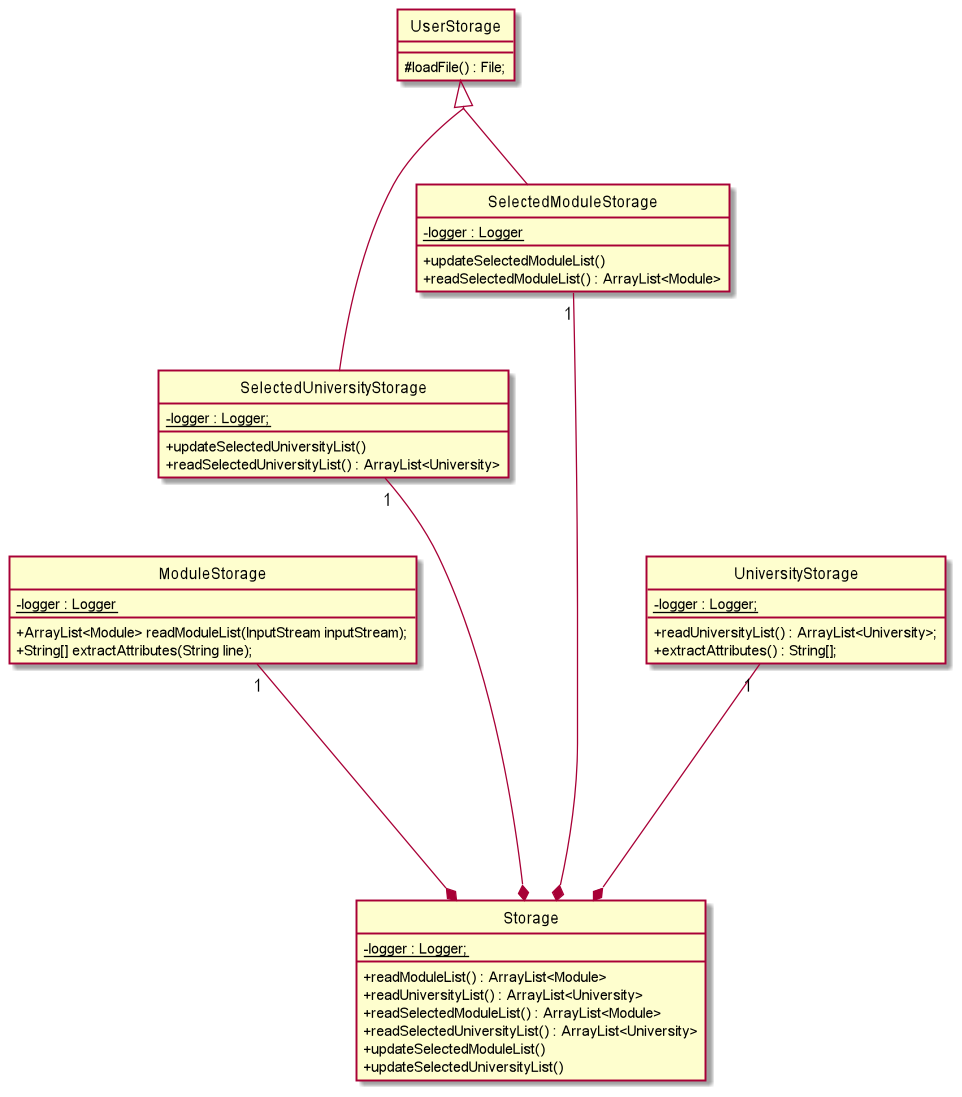
nus-cs2113-AY2122S1/tp keeps this PlantUML diagram as docs/images/storage.png. Above is the earlier version. Source of this version:
```plantuml
@startuml
hide circle
skinparam classAttributeIconSize 0
skinparam groupInheritance 2
skinparam groupComposition 3
ModuleStorage "1" ----* Storage
    ModuleStorage : - {static} logger : Logger

    ModuleStorage : + ArrayList<Module> readModuleList(InputStream inputStream);
    ModuleStorage : + String[] extractAttributes(String line);

UserStorage <|-- SelectedUniversityStorage
SelectedUniversityStorage "1" ----* Storage
    SelectedUniversityStorage : - {static} logger : Logger;
    SelectedUniversityStorage : + updateSelectedUniversityList()
    SelectedUniversityStorage : + readSelectedUniversityList() : ArrayList<University>

UserStorage <|-- SelectedModuleStorage
SelectedModuleStorage "1" ------* Storage
    SelectedModuleStorage : - {static} logger : Logger
    SelectedModuleStorage : + updateSelectedModuleList()
    SelectedModuleStorage : + readSelectedModuleList() : ArrayList<Module>

UniversityStorage "1" ----* Storage
    UniversityStorage : - {static} logger : Logger;
    UniversityStorage : + readUniversityList() : ArrayList<University>;
    UniversityStorage : + extractAttributes() : String[];

class UserStorage {
    # loadFile() : File;
}
class Storage {
    - {static} logger : Logger;

    + readModuleList() : ArrayList<Module>
    + readUniversityList() : ArrayList<University>
    + readSelectedModuleList() : ArrayList<Module>
    + readSelectedUniversityList() : ArrayList<University>
    + updateSelectedModuleList()
    + updateSelectedUniversityList()
}
@enduml
```
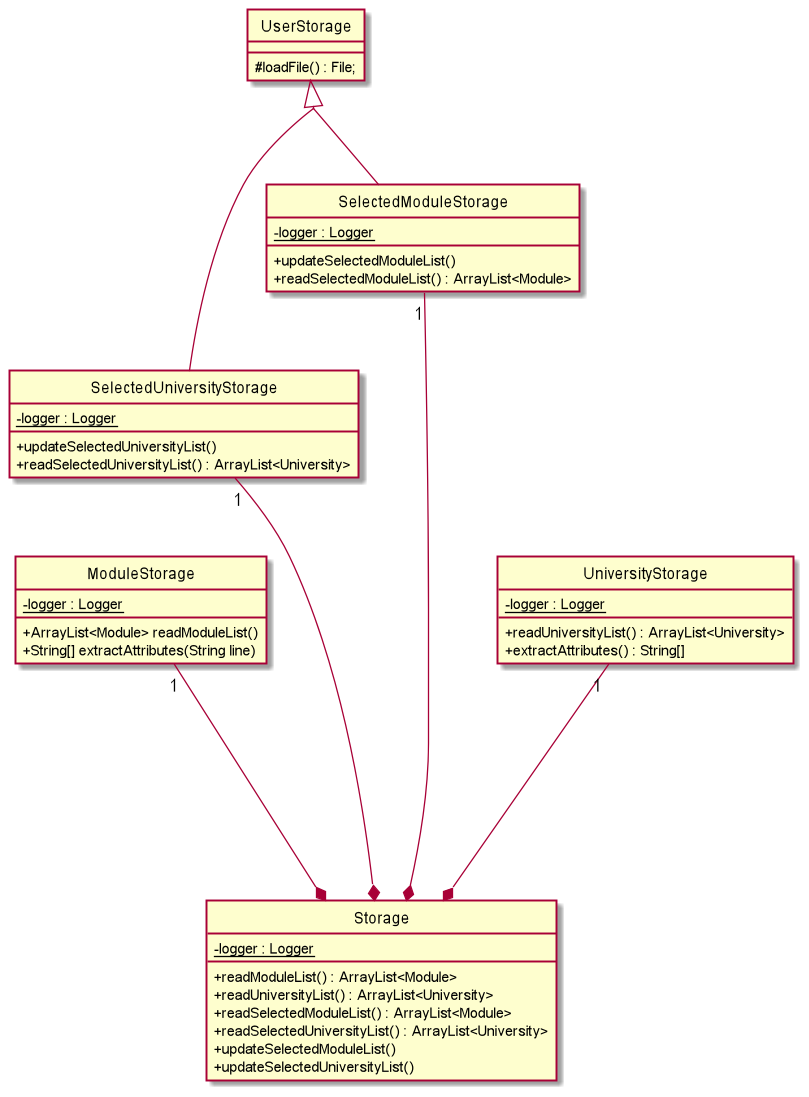
Above is the later version.

What changed in the source:
```diff
@@ -6,12 +6,12 @@
 ModuleStorage "1" ----* Storage
     ModuleStorage : - {static} logger : Logger
 
-    ModuleStorage : + ArrayList<Module> readModuleList(InputStream inputStream);
-    ModuleStorage : + String[] extractAttributes(String line);
+    ModuleStorage : + ArrayList<Module> readModuleList()
+    ModuleStorage : + String[] extractAttributes(String line)
 
 UserStorage <|-- SelectedUniversityStorage
 SelectedUniversityStorage "1" ----* Storage
-    SelectedUniversityStorage : - {static} logger : Logger;
+    SelectedUniversityStorage : - {static} logger : Logger
     SelectedUniversityStorage : + updateSelectedUniversityList()
     SelectedUniversityStorage : + readSelectedUniversityList() : ArrayList<University>
 
@@ -22,15 +22,15 @@
     SelectedModuleStorage : + readSelectedModuleList() : ArrayList<Module>
 
 UniversityStorage "1" ----* Storage
-    UniversityStorage : - {static} logger : Logger;
-    UniversityStorage : + readUniversityList() : ArrayList<University>;
-    UniversityStorage : + extractAttributes() : String[];
+    UniversityStorage : - {static} logger : Logger
+    UniversityStorage : + readUniversityList() : ArrayList<University>
+    UniversityStorage : + extractAttributes() : String[]
 
 class UserStorage {
     # loadFile() : File;
 }
 class Storage {
-    - {static} logger : Logger;
+    - {static} logger : Logger
 
     + readModuleList() : ArrayList<Module>
     + readUniversityList() : ArrayList<University>
```
